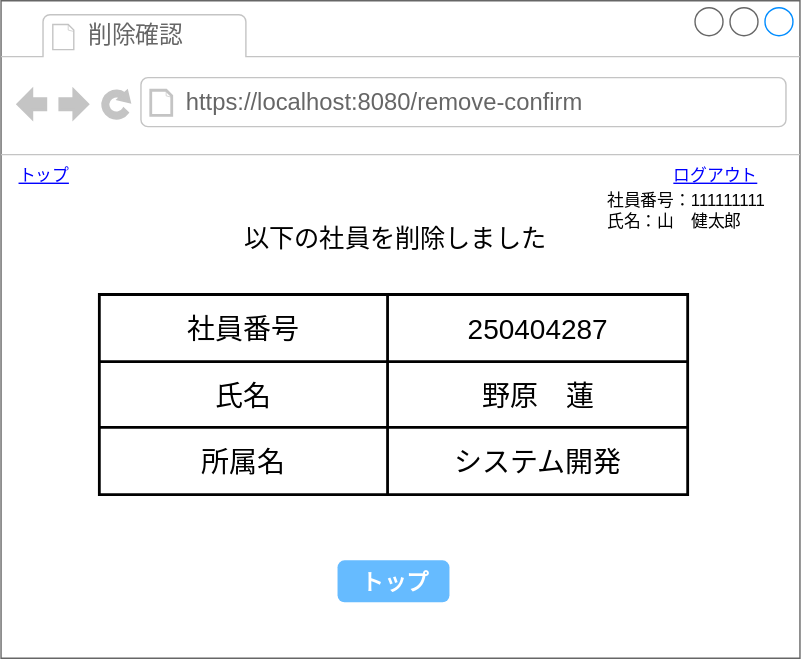
Earlier version of the draw.io export 02_基本設計/画面設計図/522_deleteconfirm.drawio.svg (ICT-Training-2026/team-project-15). Source tidied: cells renumbered, new cells last; positions are measured from the earlier drawing's top-left corner, leaving out a move shared by most shapes. The source it was exported from:
```xml
<mxGraphModel>
  <root>
    <mxCell id="0" />
    <mxCell id="1" parent="0" />
    <mxCell id="2" style="strokeWidth=1;shadow=0;dashed=0;align=center;html=1;shape=mxgraph.mockup.containers.browserWindow;rSize=0;strokeColor=#666666;strokeColor2=#008cff;strokeColor3=#c4c4c4;mainText=,;" parent="1" vertex="1">
      <mxGeometry width="571" height="470" as="geometry" />
    </mxCell>
    <mxCell id="3" value="削除確認" style="strokeWidth=1;shadow=0;dashed=0;align=center;html=1;shape=mxgraph.mockup.containers.anchor;fontSize=17;fontColor=#666666;align=left;whiteSpace=wrap;" parent="2" vertex="1">
      <mxGeometry x="60" y="12" width="110" height="26" as="geometry" />
    </mxCell>
    <mxCell id="4" value="https://localhost:8080/remove-confirm" style="strokeWidth=1;shadow=0;dashed=0;align=center;html=1;shape=mxgraph.mockup.containers.anchor;rSize=0;fontSize=17;fontColor=#666666;align=left;" parent="2" vertex="1">
      <mxGeometry x="130" y="60" width="250" height="26" as="geometry" />
    </mxCell>
    <mxCell id="5" value="&lt;span style=&quot;font-size: 18px;&quot;&gt;以下の社員を削除しました&lt;/span&gt;" style="text;html=1;align=center;verticalAlign=middle;strokeColor=none;fillColor=none;" parent="2" vertex="1">
      <mxGeometry x="160.5" y="150" width="240" height="40" as="geometry" />
    </mxCell>
    <mxCell id="6" value="&lt;font style=&quot;color: rgb(0, 0, 255);&quot;&gt;&lt;u&gt;ログアウト&lt;/u&gt;&lt;/font&gt;" style="text;html=1;align=center;verticalAlign=middle;strokeColor=none;fillColor=none;" parent="2" vertex="1">
      <mxGeometry x="470" y="110" width="80" height="30" as="geometry" />
    </mxCell>
    <mxCell id="7" value="&lt;font style=&quot;color: rgb(0, 0, 255);&quot;&gt;&lt;u&gt;トップ&lt;/u&gt;&lt;/font&gt;" style="text;html=1;align=center;verticalAlign=middle;strokeColor=none;fillColor=none;" parent="2" vertex="1">
      <mxGeometry y="110" width="60" height="30" as="geometry" />
    </mxCell>
    <mxCell id="8" value="社員番号：111111111&lt;div&gt;氏名：山　健太郎&lt;/div&gt;" style="text;html=1;align=left;verticalAlign=middle;strokeColor=none;fillColor=none;" parent="2" vertex="1">
      <mxGeometry x="431" y="130" width="140" height="40" as="geometry" />
    </mxCell>
    <mxCell id="9" style="shape=table;html=1;whiteSpace=wrap;startSize=0;strokeWidth=2;" parent="2" vertex="1">
      <mxGeometry x="70.2" y="210" width="420.5" height="143" as="geometry" />
    </mxCell>
    <mxCell id="10" style="shape=tableRow;horizontal=0;startSize=0;swimlaneHead=0;swimlaneBody=0;top=0;left=0;bottom=0;right=0;fillColor=none;" parent="9" vertex="1">
      <mxGeometry width="420.5" height="48" as="geometry" />
    </mxCell>
    <mxCell id="11" value="&lt;span style=&quot;font-weight: normal;&quot;&gt;&lt;font style=&quot;font-size: 20px;&quot;&gt;社員番号&lt;/font&gt;&lt;/span&gt;" style="shape=partialRectangle;html=1;whiteSpace=wrap;fillColor=none;top=0;left=0;bottom=0;right=0;overflow=hidden;fontStyle=1;" parent="10" vertex="1">
      <mxGeometry width="206" height="48" as="geometry" />
    </mxCell>
    <mxCell id="12" value="&lt;span style=&quot;font-size: 20px; font-weight: 400;&quot;&gt;250404287&lt;/span&gt;" style="shape=partialRectangle;html=1;whiteSpace=wrap;fillColor=none;top=0;left=0;bottom=0;right=0;overflow=hidden;fontStyle=1;" parent="10" vertex="1">
      <mxGeometry x="206" width="215" height="48" as="geometry" />
    </mxCell>
    <mxCell id="13" style="shape=tableRow;horizontal=0;startSize=0;swimlaneHead=0;swimlaneBody=0;top=0;left=0;bottom=0;right=0;fillColor=none;" parent="9" vertex="1">
      <mxGeometry y="48" width="420.5" height="47" as="geometry" />
    </mxCell>
    <mxCell id="14" value="&lt;span style=&quot;font-size: 20px;&quot;&gt;氏名&lt;/span&gt;" style="shape=partialRectangle;html=1;whiteSpace=wrap;fillColor=none;top=0;left=0;bottom=0;right=0;overflow=hidden;" parent="13" vertex="1">
      <mxGeometry width="206" height="47" as="geometry" />
    </mxCell>
    <mxCell id="15" value="&lt;font style=&quot;font-size: 20px;&quot;&gt;野原　蓮&lt;/font&gt;" style="shape=partialRectangle;html=1;whiteSpace=wrap;fillColor=none;top=0;left=0;bottom=0;right=0;overflow=hidden;" parent="13" vertex="1">
      <mxGeometry x="206" width="215" height="47" as="geometry" />
    </mxCell>
    <mxCell id="16" style="shape=tableRow;horizontal=0;startSize=0;swimlaneHead=0;swimlaneBody=0;top=0;left=0;bottom=0;right=0;fillColor=none;" parent="9" vertex="1">
      <mxGeometry y="95" width="420.5" height="48" as="geometry" />
    </mxCell>
    <mxCell id="17" value="&lt;font style=&quot;font-size: 20px;&quot;&gt;所属名&lt;/font&gt;" style="shape=partialRectangle;html=1;whiteSpace=wrap;fillColor=none;top=0;left=0;bottom=0;right=0;overflow=hidden;" parent="16" vertex="1">
      <mxGeometry width="206" height="48" as="geometry" />
    </mxCell>
    <mxCell id="18" value="&lt;font style=&quot;font-size: 20px;&quot;&gt;システム開発&lt;/font&gt;" style="shape=partialRectangle;html=1;whiteSpace=wrap;fillColor=none;top=0;left=0;bottom=0;right=0;overflow=hidden;" parent="16" vertex="1">
      <mxGeometry x="206" width="215" height="48" as="geometry" />
    </mxCell>
    <mxCell id="19" value="トップ" style="strokeWidth=1;shadow=0;dashed=0;align=center;html=1;shape=mxgraph.mockup.forms.rrect;rSize=5;strokeColor=none;fontColor=#ffffff;fillColor=#66bbff;fontSize=16;fontStyle=1;" parent="2" vertex="1">
      <mxGeometry x="240.5" y="400" width="80" height="30" as="geometry" />
    </mxCell>
  </root>
</mxGraphModel>
```
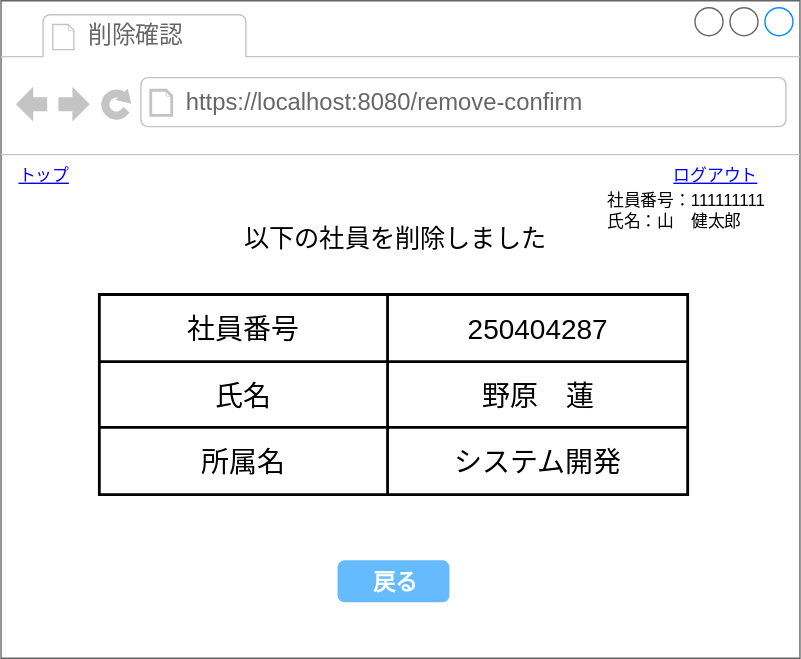
After the commit.

Commit message:
戻るボタン追加

What changed in the source:
```diff
@@ -53,7 +53,7 @@
     <mxCell id="18" value="&lt;font style=&quot;font-size: 20px;&quot;&gt;システム開発&lt;/font&gt;" style="shape=partialRectangle;html=1;whiteSpace=wrap;fillColor=none;top=0;left=0;bottom=0;right=0;overflow=hidden;" parent="16" vertex="1">
       <mxGeometry x="206" width="215" height="48" as="geometry" />
     </mxCell>
-    <mxCell id="19" value="トップ" style="strokeWidth=1;shadow=0;dashed=0;align=center;html=1;shape=mxgraph.mockup.forms.rrect;rSize=5;strokeColor=none;fontColor=#ffffff;fillColor=#66bbff;fontSize=16;fontStyle=1;" parent="2" vertex="1">
+    <mxCell id="19" value="戻る" style="strokeWidth=1;shadow=0;dashed=0;align=center;html=1;shape=mxgraph.mockup.forms.rrect;rSize=5;strokeColor=none;fontColor=#ffffff;fillColor=#66bbff;fontSize=16;fontStyle=1;" parent="2" vertex="1">
       <mxGeometry x="240.5" y="400" width="80" height="30" as="geometry" />
     </mxCell>
   </root>
```
